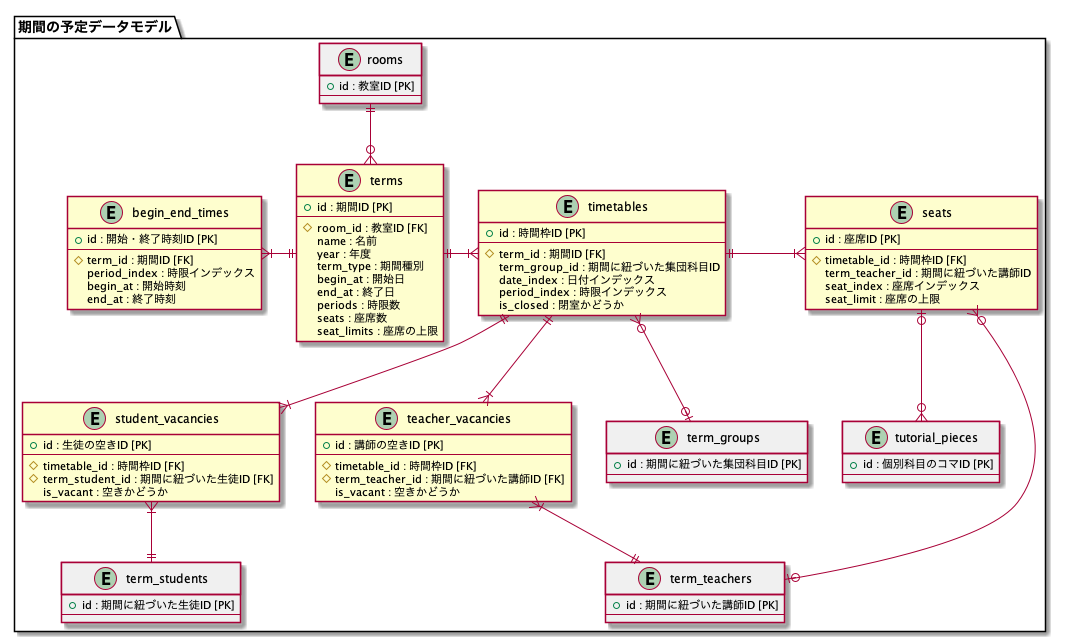
Above: application/doc/term_schedule_data_model.png in mass584/rakuraku_komagumi (PlantUML), before the change.
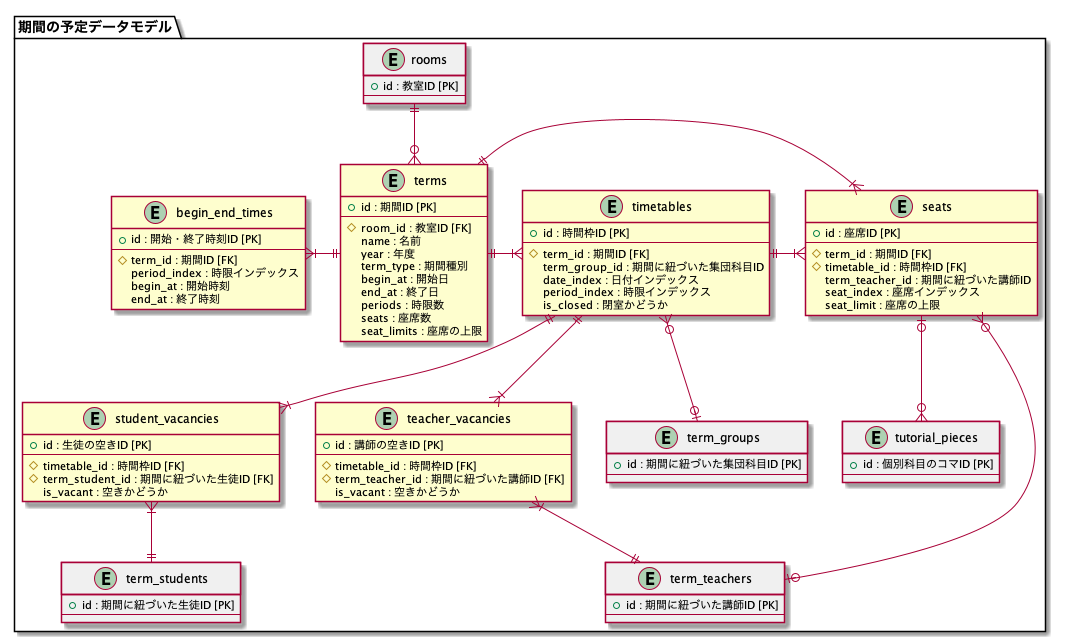
After the commit.

The edit, as a diff of the source:
```diff
@@ -62,6 +62,7 @@
   entity "seats" {
     + id : 座席ID [PK]
     --
+    # term_id : 期間ID [FK]
     # timetable_id : 時間枠ID [FK]
     term_teacher_id : 期間に紐づいた講師ID
     seat_index : 座席インデックス
@@ -88,6 +89,7 @@
 rooms ||-do-o{ terms
 terms ||-le-|{ begin_end_times
 terms ||-ri-|{ timetables
+terms ||-ri-|{ seats
 timetables ||-ri-|{ seats
 timetables ||-do-|{ student_vacancies
 timetables ||-do-|{ teacher_vacancies
```
